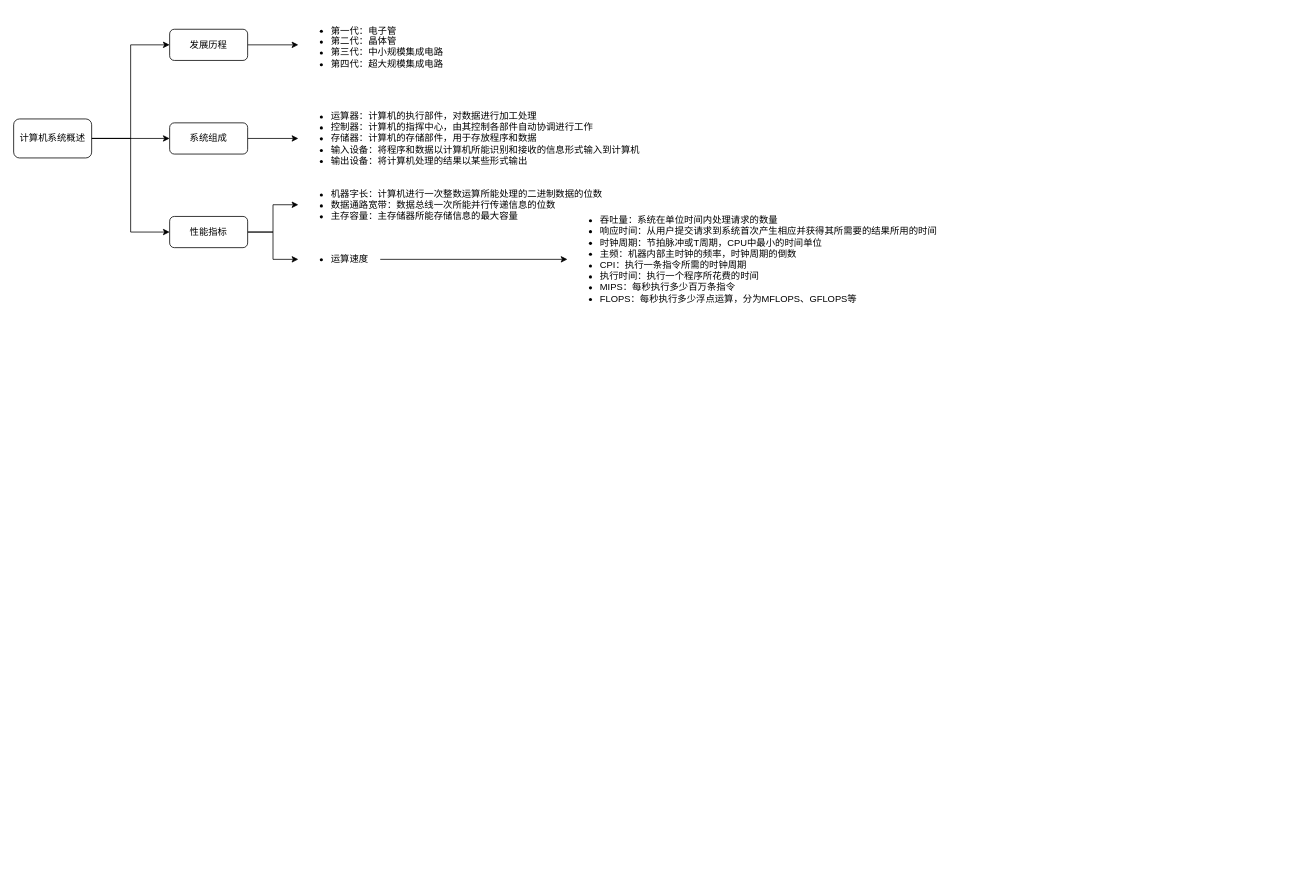
D1isney/notes keeps this draw.io diagram as mspaint/ComputerBase.drawio. Above is the earlier version. Source tidied: cells renumbered, new cells numbered last; positions are measured from the earlier drawing's top-left corner, leaving out a move shared by most shapes. Both pictures are drawn from the tidied source at 78%, with x=0, y=0 at pixel (13, 13).
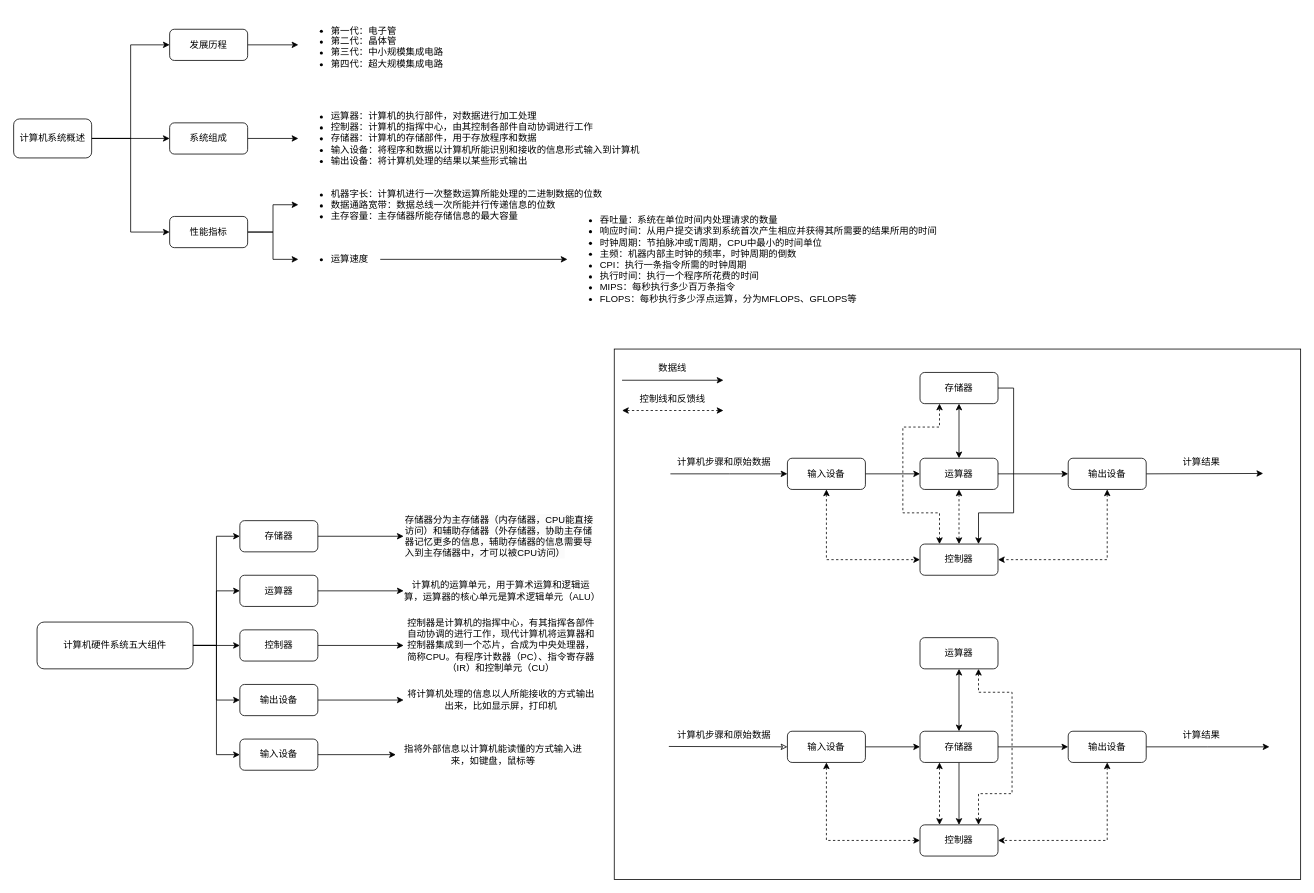
After the change.

Change to the diagram source:
```diff
@@
+    <mxCell id="19" style="rounded=0;whiteSpace=wrap;html=1;" parent="1" vertex="1">
+      <mxGeometry x="770" y="430" width="880" height="680" as="geometry" />
+    </mxCell>
+    <mxCell id="20" style="edgeStyle=orthogonalEdgeStyle;rounded=0;jettySize=auto;html=1;exitX=1;exitY=0.5;exitDx=0;exitDy=0;entryX=0;entryY=0.5;entryDx=0;entryDy=0;" parent="1" edge="1" source="25" target="27">
+      <mxGeometry relative="1" as="geometry" />
+    </mxCell>
+    <mxCell id="21" style="edgeStyle=orthogonalEdgeStyle;rounded=0;jettySize=auto;html=1;exitX=1;exitY=0.5;exitDx=0;exitDy=0;entryX=0;entryY=0.5;entryDx=0;entryDy=0;" parent="1" edge="1" source="25" target="29">
+      <mxGeometry relative="1" as="geometry" />
+    </mxCell>
+    <mxCell id="22" style="edgeStyle=orthogonalEdgeStyle;rounded=0;jettySize=auto;html=1;exitX=1;exitY=0.5;exitDx=0;exitDy=0;" parent="1" edge="1" source="25" target="31">
+      <mxGeometry relative="1" as="geometry" />
+    </mxCell>
+    <mxCell id="23" style="edgeStyle=orthogonalEdgeStyle;rounded=0;jettySize=auto;html=1;exitX=1;exitY=0.5;exitDx=0;exitDy=0;entryX=0;entryY=0.5;entryDx=0;entryDy=0;" parent="1" edge="1" source="25" target="33">
+      <mxGeometry relative="1" as="geometry" />
+    </mxCell>
+    <mxCell id="24" style="edgeStyle=orthogonalEdgeStyle;rounded=0;jettySize=auto;html=1;exitX=1;exitY=0.5;exitDx=0;exitDy=0;entryX=0;entryY=0.5;entryDx=0;entryDy=0;" parent="1" edge="1" source="25" target="35">
+      <mxGeometry relative="1" as="geometry" />
+    </mxCell>
+    <mxCell id="25" value="计算机硬件系统五大组件" style="rounded=1;whiteSpace=wrap;html=1;" parent="1" vertex="1">
+      <mxGeometry x="30" y="780" width="200" height="60" as="geometry" />
+    </mxCell>
+    <mxCell id="26" style="edgeStyle=orthogonalEdgeStyle;rounded=0;jettySize=auto;html=1;exitX=1;exitY=0.5;exitDx=0;exitDy=0;" parent="1" edge="1" source="27" target="78">
+      <mxGeometry relative="1" as="geometry" />
+    </mxCell>
+    <mxCell id="27" value="存储器" style="rounded=1;whiteSpace=wrap;html=1;" parent="1" vertex="1">
+      <mxGeometry x="290" y="650" width="100" height="40" as="geometry" />
+    </mxCell>
+    <mxCell id="28" style="edgeStyle=orthogonalEdgeStyle;rounded=0;jettySize=auto;html=1;exitX=1;exitY=0.5;exitDx=0;exitDy=0;entryX=0;entryY=0.5;entryDx=0;entryDy=0;" parent="1" edge="1" source="29" target="77">
+      <mxGeometry relative="1" as="geometry" />
+    </mxCell>
+    <mxCell id="29" value="运算器" style="rounded=1;whiteSpace=wrap;html=1;" parent="1" vertex="1">
+      <mxGeometry x="290" y="720" width="100" height="40" as="geometry" />
+    </mxCell>
+    <mxCell id="30" style="edgeStyle=orthogonalEdgeStyle;rounded=0;jettySize=auto;html=1;exitX=1;exitY=0.5;exitDx=0;exitDy=0;" parent="1" edge="1" source="31" target="76">
+      <mxGeometry relative="1" as="geometry" />
+    </mxCell>
+    <mxCell id="31" value="控制器" style="rounded=1;whiteSpace=wrap;html=1;" parent="1" vertex="1">
+      <mxGeometry x="290" y="790" width="100" height="40" as="geometry" />
+    </mxCell>
+    <mxCell id="32" style="edgeStyle=orthogonalEdgeStyle;rounded=0;jettySize=auto;html=1;exitX=1;exitY=0.5;exitDx=0;exitDy=0;entryX=0;entryY=0.5;entryDx=0;entryDy=0;" parent="1" edge="1" source="33" target="75">
+      <mxGeometry relative="1" as="geometry" />
+    </mxCell>
+    <mxCell id="33" value="输出设备" style="rounded=1;whiteSpace=wrap;html=1;" parent="1" vertex="1">
+      <mxGeometry x="290" y="860" width="100" height="40" as="geometry" />
+    </mxCell>
+    <mxCell id="34" style="edgeStyle=orthogonalEdgeStyle;rounded=0;jettySize=auto;html=1;exitX=1;exitY=0.5;exitDx=0;exitDy=0;" parent="1" edge="1" source="35" target="74">
+      <mxGeometry relative="1" as="geometry" />
+    </mxCell>
+    <mxCell id="35" value="输入设备" style="rounded=1;whiteSpace=wrap;html=1;" parent="1" vertex="1">
+      <mxGeometry x="290" y="930" width="100" height="40" as="geometry" />
+    </mxCell>
+    <mxCell id="36" style="edgeStyle=orthogonalEdgeStyle;rounded=0;jettySize=auto;html=1;exitX=1;exitY=0.5;exitDx=0;exitDy=0;entryX=0.75;entryY=0;entryDx=0;entryDy=0;" parent="1" edge="1" source="38" target="43">
+      <mxGeometry relative="1" as="geometry">
+        <Array as="points">
+          <mxPoint x="1282" y="480" />
+          <mxPoint x="1282" y="640" />
+          <mxPoint x="1237" y="640" />
+        </Array>
+      </mxGeometry>
+    </mxCell>
+    <mxCell id="37" style="edgeStyle=orthogonalEdgeStyle;rounded=0;jettySize=auto;html=1;exitX=0.5;exitY=1;exitDx=0;exitDy=0;startArrow=classic;startFill=1;" parent="1" edge="1" source="38" target="41">
+      <mxGeometry relative="1" as="geometry" />
+    </mxCell>
+    <mxCell id="38" value="存储器" style="rounded=1;whiteSpace=wrap;html=1;" parent="1" vertex="1">
+      <mxGeometry x="1162" y="460" width="100" height="40" as="geometry" />
+    </mxCell>
+    <mxCell id="39" style="edgeStyle=orthogonalEdgeStyle;rounded=0;jettySize=auto;html=1;exitX=1;exitY=0.5;exitDx=0;exitDy=0;" parent="1" edge="1" source="41" target="46">
+      <mxGeometry relative="1" as="geometry" />
+    </mxCell>
+    <mxCell id="40" style="edgeStyle=orthogonalEdgeStyle;rounded=0;jettySize=auto;html=1;exitX=0.5;exitY=1;exitDx=0;exitDy=0;dashed=1;startArrow=classic;startFill=1;" parent="1" edge="1" source="41" target="43">
+      <mxGeometry relative="1" as="geometry" />
+    </mxCell>
+    <mxCell id="41" value="运算器" style="rounded=1;whiteSpace=wrap;html=1;" parent="1" vertex="1">
+      <mxGeometry x="1162" y="570" width="100" height="40" as="geometry" />
+    </mxCell>
+    <mxCell id="42" style="edgeStyle=orthogonalEdgeStyle;rounded=0;jettySize=auto;html=1;exitX=0.25;exitY=0;exitDx=0;exitDy=0;entryX=0.25;entryY=1;entryDx=0;entryDy=0;dashed=1;startArrow=classic;startFill=1;" parent="1" edge="1" source="43" target="38">
+      <mxGeometry relative="1" as="geometry">
+        <Array as="points">
+          <mxPoint x="1187" y="640" />
+          <mxPoint x="1140" y="640" />
+          <mxPoint x="1140" y="530" />
+          <mxPoint x="1187" y="530" />
+        </Array>
+      </mxGeometry>
+    </mxCell>
+    <mxCell id="43" value="控制器" style="rounded=1;whiteSpace=wrap;html=1;" parent="1" vertex="1">
+      <mxGeometry x="1162" y="680" width="100" height="40" as="geometry" />
+    </mxCell>
+    <mxCell id="44" style="edgeStyle=orthogonalEdgeStyle;rounded=0;jettySize=auto;html=1;exitX=0.5;exitY=1;exitDx=0;exitDy=0;entryX=1;entryY=0.5;entryDx=0;entryDy=0;startArrow=classic;startFill=1;dashed=1;" parent="1" edge="1" source="46" target="43">
+      <mxGeometry relative="1" as="geometry" />
+    </mxCell>
+    <mxCell id="45" style="edgeStyle=orthogonalEdgeStyle;rounded=0;jettySize=auto;html=1;exitX=1;exitY=0.5;exitDx=0;exitDy=0;" parent="1" edge="1" source="46">
+      <mxGeometry relative="1" as="geometry">
+        <mxPoint x="1602" y="589.5" as="targetPoint" />
+      </mxGeometry>
+    </mxCell>
+    <mxCell id="46" value="输出设备" style="rounded=1;whiteSpace=wrap;html=1;" parent="1" vertex="1">
+      <mxGeometry x="1352" y="570" width="100" height="40" as="geometry" />
+    </mxCell>
+    <mxCell id="47" style="edgeStyle=orthogonalEdgeStyle;rounded=0;jettySize=auto;html=1;exitX=1;exitY=0.5;exitDx=0;exitDy=0;" parent="1" edge="1" source="50" target="41">
+      <mxGeometry relative="1" as="geometry" />
+    </mxCell>
+    <mxCell id="48" style="edgeStyle=orthogonalEdgeStyle;rounded=0;jettySize=auto;html=1;exitX=0.5;exitY=1;exitDx=0;exitDy=0;entryX=0;entryY=0.5;entryDx=0;entryDy=0;startArrow=classic;startFill=1;dashed=1;" parent="1" edge="1" source="50" target="43">
+      <mxGeometry relative="1" as="geometry" />
+    </mxCell>
+    <mxCell id="49" style="edgeStyle=orthogonalEdgeStyle;rounded=0;jettySize=auto;html=1;exitX=0;exitY=0.5;exitDx=0;exitDy=0;endArrow=none;startFill=1;startArrow=classic;" parent="1" edge="1" source="50">
+      <mxGeometry relative="1" as="geometry">
+        <mxPoint x="842" y="590" as="targetPoint" />
+      </mxGeometry>
+    </mxCell>
+    <mxCell id="50" value="输入设备" style="rounded=1;whiteSpace=wrap;html=1;" parent="1" vertex="1">
+      <mxGeometry x="992" y="570" width="100" height="40" as="geometry" />
+    </mxCell>
+    <mxCell id="51" value="计算机步骤和原始数据" style="text;html=1;align=center;verticalAlign=middle;whiteSpace=wrap;rounded=0;" parent="1" vertex="1">
+      <mxGeometry x="840" y="560" width="142" height="30" as="geometry" />
+    </mxCell>
+    <mxCell id="52" value="计算结果" style="text;html=1;align=center;verticalAlign=middle;whiteSpace=wrap;rounded=0;" parent="1" vertex="1">
+      <mxGeometry x="1452" y="560" width="142" height="30" as="geometry" />
+    </mxCell>
+    <mxCell id="53" style="edgeStyle=orthogonalEdgeStyle;rounded=0;jettySize=auto;html=1;exitX=0.5;exitY=0;exitDx=0;exitDy=0;entryX=0.5;entryY=1;entryDx=0;entryDy=0;startArrow=classic;startFill=1;" parent="1" edge="1" source="57" target="59">
+      <mxGeometry relative="1" as="geometry" />
+    </mxCell>
+    <mxCell id="54" style="edgeStyle=orthogonalEdgeStyle;rounded=0;jettySize=auto;html=1;exitX=1;exitY=0.5;exitDx=0;exitDy=0;" parent="1" edge="1" source="57" target="63">
+      <mxGeometry relative="1" as="geometry" />
+    </mxCell>
+    <mxCell id="55" style="edgeStyle=orthogonalEdgeStyle;rounded=0;jettySize=auto;html=1;exitX=0.25;exitY=1;exitDx=0;exitDy=0;entryX=0.25;entryY=0;entryDx=0;entryDy=0;dashed=1;startArrow=classic;startFill=1;" parent="1" edge="1" source="57" target="60">
+      <mxGeometry relative="1" as="geometry" />
+    </mxCell>
+    <mxCell id="56" style="edgeStyle=orthogonalEdgeStyle;rounded=0;jettySize=auto;html=1;exitX=0.5;exitY=1;exitDx=0;exitDy=0;" parent="1" edge="1" source="57" target="60">
+      <mxGeometry relative="1" as="geometry" />
+    </mxCell>
+    <mxCell id="57" value="存储器" style="rounded=1;whiteSpace=wrap;html=1;" parent="1" vertex="1">
+      <mxGeometry x="1162" y="920" width="100" height="40" as="geometry" />
+    </mxCell>
+    <mxCell id="58" style="edgeStyle=orthogonalEdgeStyle;rounded=0;jettySize=auto;html=1;exitX=0.75;exitY=1;exitDx=0;exitDy=0;entryX=0.75;entryY=0;entryDx=0;entryDy=0;dashed=1;startArrow=classic;startFill=1;" parent="1" edge="1" source="59" target="60">
+      <mxGeometry relative="1" as="geometry">
+        <Array as="points">
+          <mxPoint x="1237" y="870" />
+          <mxPoint x="1280" y="870" />
+          <mxPoint x="1280" y="1000" />
+          <mxPoint x="1237" y="1000" />
+        </Array>
+      </mxGeometry>
+    </mxCell>
+    <mxCell id="59" value="运算器" style="rounded=1;whiteSpace=wrap;html=1;" parent="1" vertex="1">
+      <mxGeometry x="1162" y="800" width="100" height="40" as="geometry" />
+    </mxCell>
+    <mxCell id="60" value="控制器" style="rounded=1;whiteSpace=wrap;html=1;" parent="1" vertex="1">
+      <mxGeometry x="1162" y="1040" width="100" height="40" as="geometry" />
+    </mxCell>
+    <mxCell id="61" style="edgeStyle=orthogonalEdgeStyle;rounded=0;jettySize=auto;html=1;exitX=0.5;exitY=1;exitDx=0;exitDy=0;entryX=1;entryY=0.5;entryDx=0;entryDy=0;startArrow=classic;startFill=1;dashed=1;" parent="1" edge="1" source="63" target="60">
+      <mxGeometry relative="1" as="geometry" />
+    </mxCell>
+    <mxCell id="62" style="edgeStyle=orthogonalEdgeStyle;rounded=0;jettySize=auto;html=1;exitX=1;exitY=0.5;exitDx=0;exitDy=0;" parent="1" edge="1" source="63">
+      <mxGeometry relative="1" as="geometry">
+        <mxPoint x="1610" y="940" as="targetPoint" />
+      </mxGeometry>
+    </mxCell>
+    <mxCell id="63" value="输出设备" style="rounded=1;whiteSpace=wrap;html=1;" parent="1" vertex="1">
+      <mxGeometry x="1352" y="920" width="100" height="40" as="geometry" />
+    </mxCell>
+    <mxCell id="64" style="edgeStyle=orthogonalEdgeStyle;rounded=0;jettySize=auto;html=1;exitX=1;exitY=0.5;exitDx=0;exitDy=0;" parent="1" edge="1" source="67" target="57">
+      <mxGeometry relative="1" as="geometry" />
+    </mxCell>
+    <mxCell id="65" style="edgeStyle=orthogonalEdgeStyle;rounded=0;jettySize=auto;html=1;exitX=0.5;exitY=1;exitDx=0;exitDy=0;entryX=0;entryY=0.5;entryDx=0;entryDy=0;startArrow=classic;startFill=1;dashed=1;" parent="1" edge="1" source="67" target="60">
+      <mxGeometry relative="1" as="geometry" />
+    </mxCell>
+    <mxCell id="66" style="edgeStyle=orthogonalEdgeStyle;rounded=0;jettySize=auto;html=1;exitX=0;exitY=0.5;exitDx=0;exitDy=0;endArrow=none;endFill=1;startArrow=classic;startFill=0;" parent="1" edge="1" source="67">
+      <mxGeometry relative="1" as="geometry">
+        <mxPoint x="840" y="939.5" as="targetPoint" />
+      </mxGeometry>
+    </mxCell>
+    <mxCell id="67" value="输入设备" style="rounded=1;whiteSpace=wrap;html=1;" parent="1" vertex="1">
+      <mxGeometry x="992" y="920" width="100" height="40" as="geometry" />
+    </mxCell>
+    <mxCell id="68" value="计算机步骤和原始数据" style="text;html=1;align=center;verticalAlign=middle;whiteSpace=wrap;rounded=0;" parent="1" vertex="1">
+      <mxGeometry x="840" y="910" width="142" height="30" as="geometry" />
+    </mxCell>
+    <mxCell id="69" value="计算结果" style="text;html=1;align=center;verticalAlign=middle;whiteSpace=wrap;rounded=0;" parent="1" vertex="1">
+      <mxGeometry x="1452" y="910" width="142" height="30" as="geometry" />
+    </mxCell>
+    <mxCell id="70" style="endArrow=none;startArrow=classic;html=1;rounded=0;startFill=1;" parent="1" edge="1">
+      <mxGeometry relative="1" as="geometry">
+        <mxPoint x="910" y="470" as="sourcePoint" />
+        <mxPoint x="780" y="470" as="targetPoint" />
+      </mxGeometry>
+    </mxCell>
+    <mxCell id="71" style="endArrow=classic;startArrow=classic;html=1;rounded=0;startFill=1;dashed=1;endFill=1;" parent="1" edge="1">
+      <mxGeometry relative="1" as="geometry">
+        <mxPoint x="910" y="508.8" as="sourcePoint" />
+        <mxPoint x="780" y="508.8" as="targetPoint" />
+      </mxGeometry>
+    </mxCell>
+    <mxCell id="72" value="数据线" style="text;html=1;align=center;verticalAlign=middle;whiteSpace=wrap;rounded=0;" parent="1" vertex="1">
+      <mxGeometry x="780" y="440" width="130" height="30" as="geometry" />
+    </mxCell>
+    <mxCell id="73" value="控制线和反馈线" style="text;html=1;align=center;verticalAlign=middle;whiteSpace=wrap;rounded=0;" parent="1" vertex="1">
+      <mxGeometry x="780" y="480" width="130" height="30" as="geometry" />
+    </mxCell>
+    <mxCell id="74" value="指将外部信息以计算机能读懂的方式输入进来，如键盘，鼠标等" style="text;html=1;align=center;verticalAlign=middle;whiteSpace=wrap;rounded=0;" parent="1" vertex="1">
+      <mxGeometry x="490" y="935" width="250" height="30" as="geometry" />
+    </mxCell>
+    <mxCell id="75" value="将计算机处理的信息以人所能接收的方式输出出来，比如显示屏，打印机" style="text;html=1;align=center;verticalAlign=middle;whiteSpace=wrap;rounded=0;" parent="1" vertex="1">
+      <mxGeometry x="500" y="865" width="250" height="30" as="geometry" />
+    </mxCell>
+    <mxCell id="76" value="控制器是计算机的指挥中心，有其指挥各部件自动协调的进行工作，现代计算机将运算器和控制器集成到一个芯片，合成为中央处理器，简称CPU。有程序计数器（PC）、指令寄存器（IR）和控制单元（CU）" style="text;html=1;align=center;verticalAlign=middle;whiteSpace=wrap;rounded=0;" parent="1" vertex="1">
+      <mxGeometry x="500" y="770" width="250" height="80" as="geometry" />
+    </mxCell>
+    <mxCell id="77" value="计算机的运算单元，用于算术运算和逻辑运算，运算器的核心单元是算术逻辑单元（ALU）" style="text;html=1;align=center;verticalAlign=middle;whiteSpace=wrap;rounded=0;" parent="1" vertex="1">
+      <mxGeometry x="500" y="717.5" width="250" height="45" as="geometry" />
+    </mxCell>
+    <mxCell id="78" value="&lt;span style=&quot;color: rgb(0, 0, 0); font-family: Helvetica; font-size: 12px; font-style: normal; font-variant-ligatures: normal; font-variant-caps: normal; font-weight: 400; letter-spacing: normal; orphans: 2; text-align: center; text-indent: 0px; text-transform: none; widows: 2; word-spacing: 0px; -webkit-text-stroke-width: 0px; white-space: normal; background-color: rgb(251, 251, 251); text-decoration-thickness: initial; text-decoration-style: initial; text-decoration-color: initial; display: inline !important; float: none;&quot;&gt;存储器分为主存储器（内存储器，CPU能直接访问）和辅助存储器（外存储器，协助主存储器记忆更多的信息，辅助存储器的信息需要导入到主存储器中，才可以被CPU访问）&lt;/span&gt;" style="text;whiteSpace=wrap;html=1;" parent="1" vertex="1">
+      <mxGeometry x="500" y="635" width="250" height="70" as="geometry" />
+    </mxCell>
```
